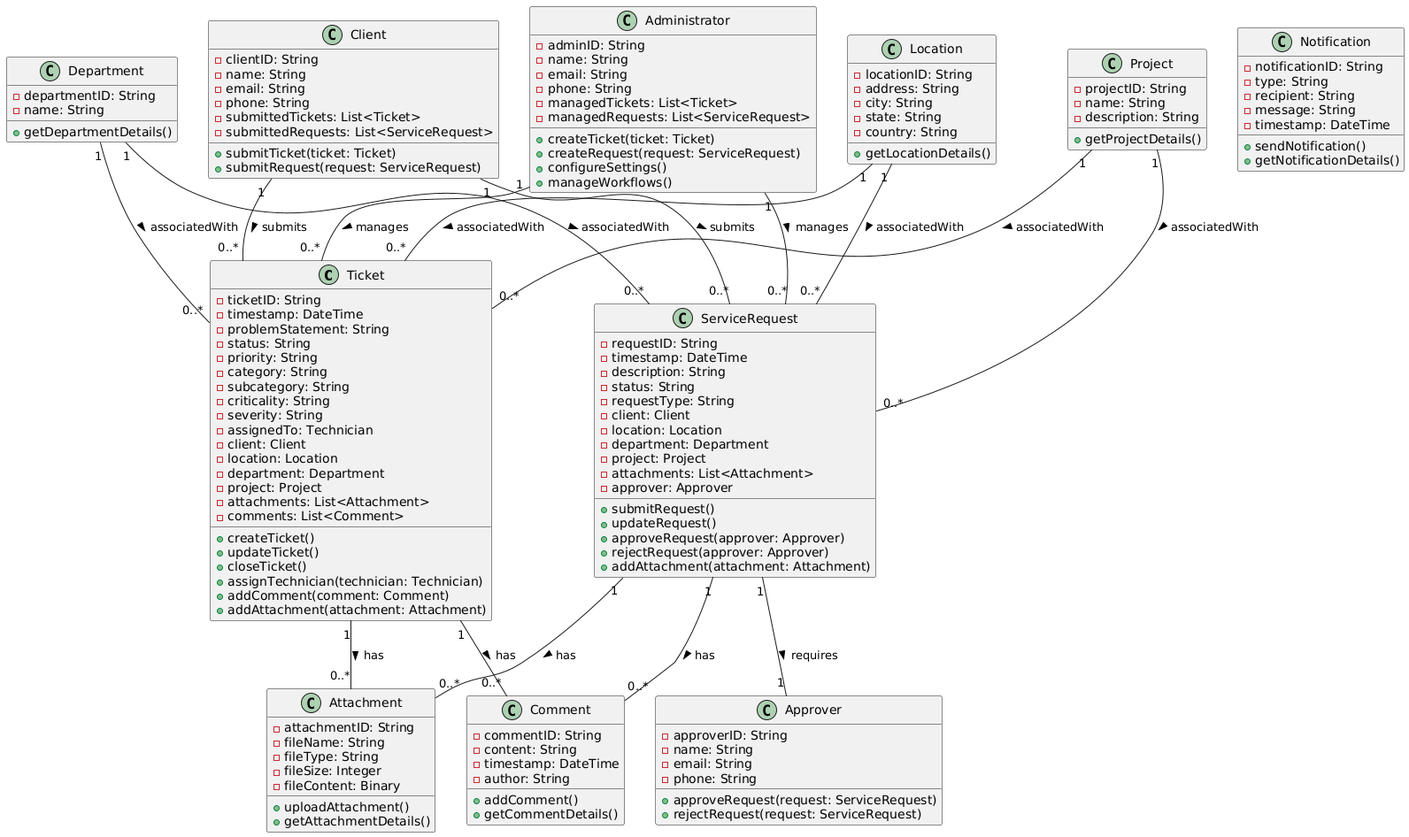
Earlier version of the PlantUML export Assets/Class Diagram.png (avanishjha/asset_management).
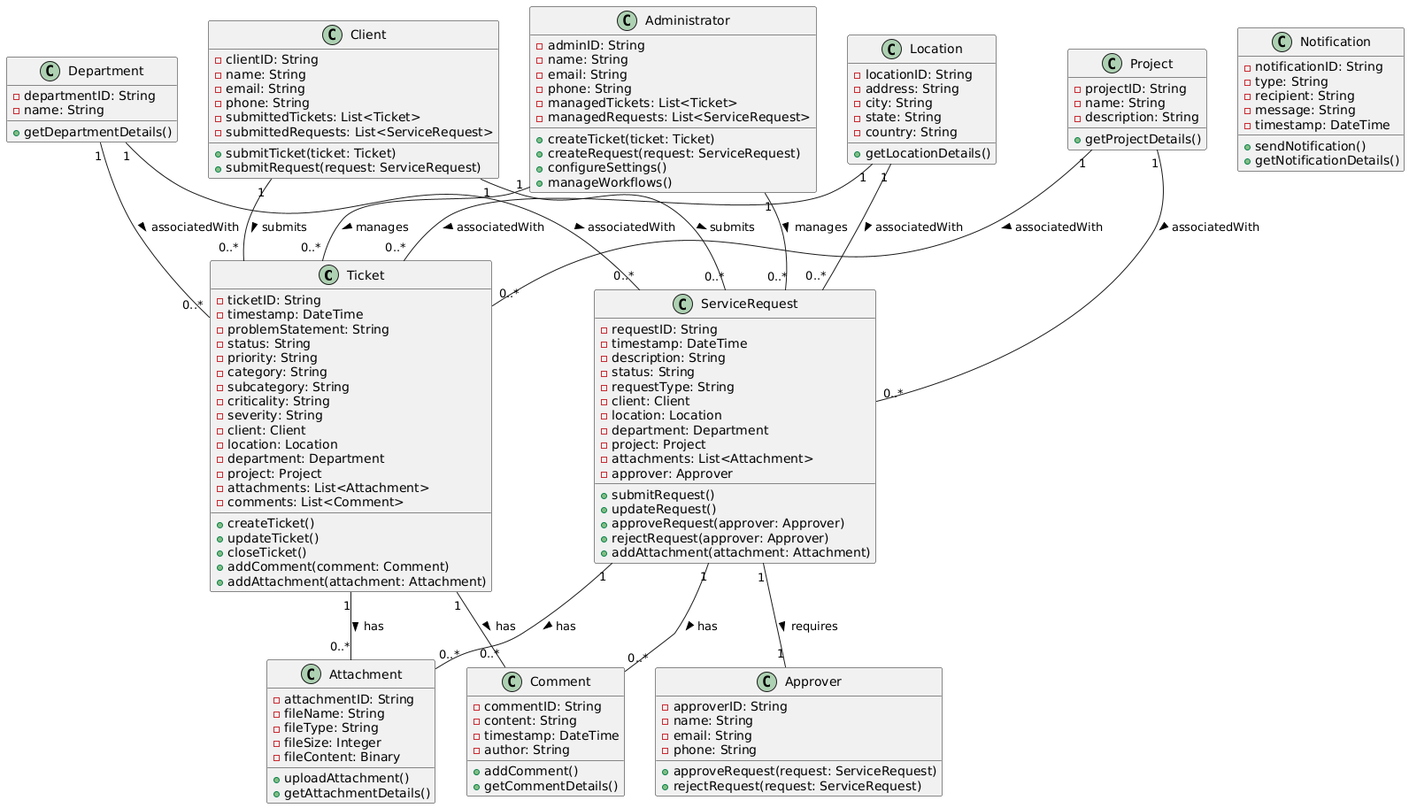
The same diagram one commit later.

Commit message:
Class Diagram

Change to the diagram source:
```diff
@@ -9,7 +9,6 @@
   - subcategory: String
   - criticality: String
   - severity: String
-  - assignedTo: Technician
   - client: Client
   - location: Location
   - department: Department
@@ -19,7 +18,6 @@
   + createTicket()
   + updateTicket()
   + closeTicket()
-  + assignTechnician(technician: Technician)
   + addComment(comment: Comment)
   + addAttachment(attachment: Attachment)
 }
```
